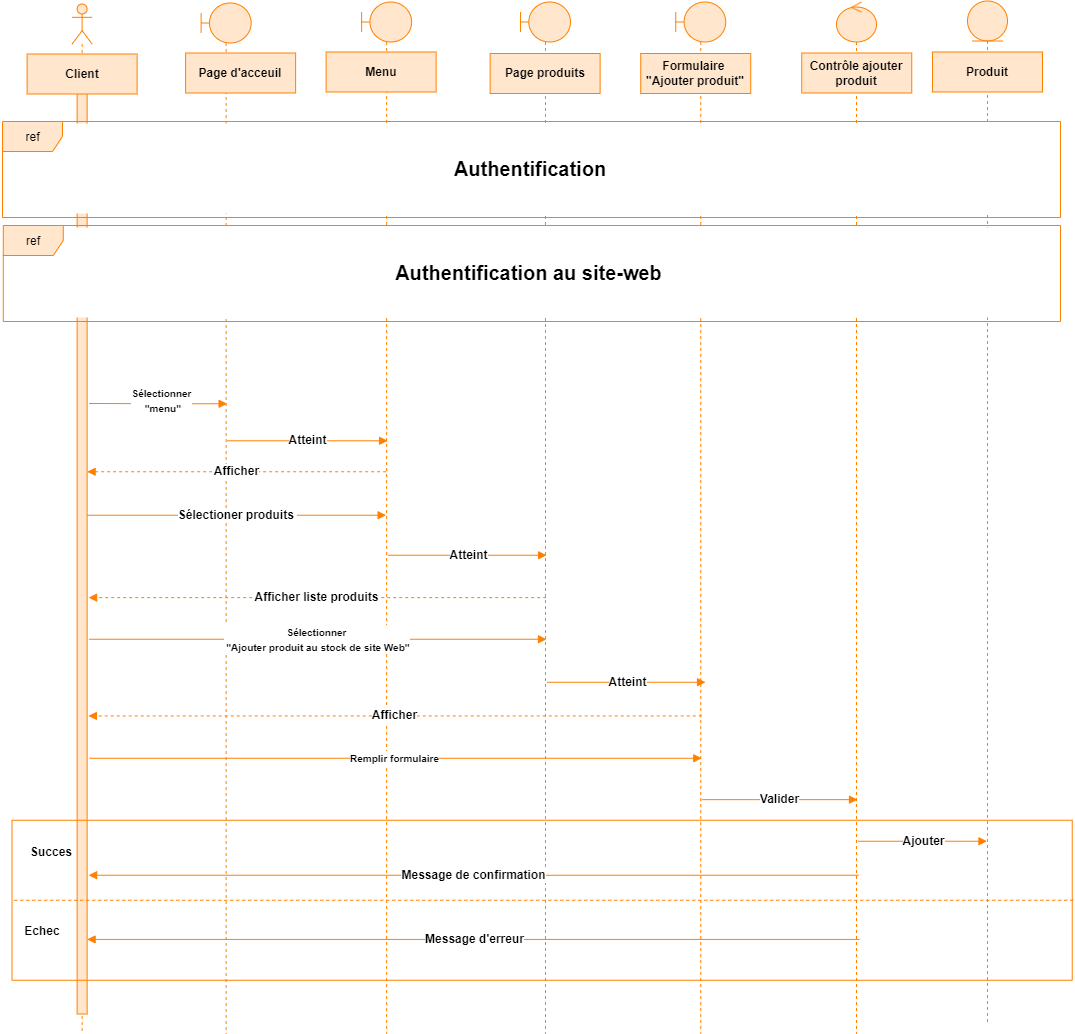
Earlier version of the draw.io export images/Cas_ Ajouter un produit au stock de site Web.png (alizhassane/pfe). Source tidied: cells renumbered, new cells last; positions are measured from the earlier drawing's top-left corner, leaving out a move shared by most shapes.
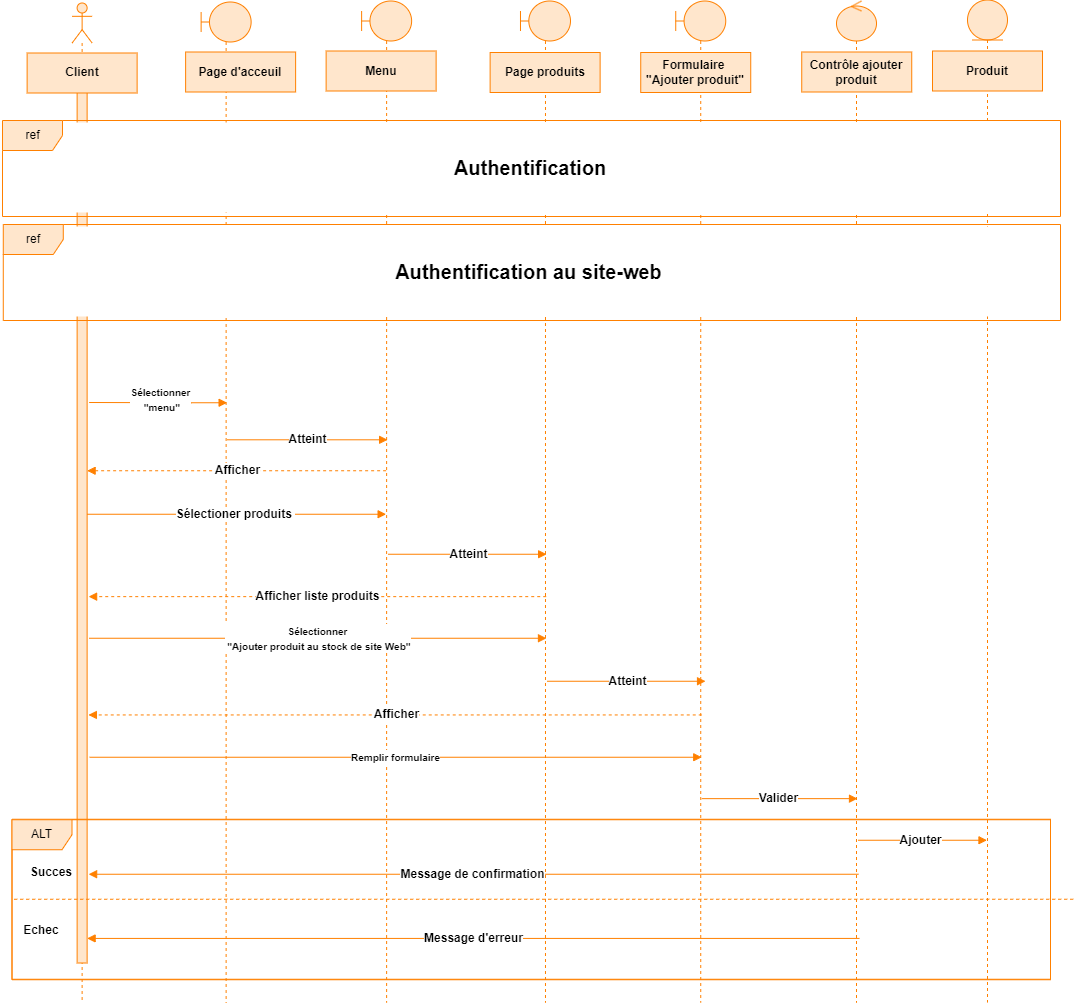
The same diagram one commit later.

What changed in the source:
```diff
@@ -3,31 +3,31 @@
     <mxCell id="0" />
     <mxCell id="1" parent="0" />
     <mxCell id="2" style="shape=umlLifeline;perimeter=lifelinePerimeter;whiteSpace=wrap;html=1;outlineConnect=0;portConstraint=eastwest;newEdgeStyle={&quot;curved&quot;:0,&quot;rounded&quot;:0};participant=umlEntity;strokeColor=#FF8000;align=center;verticalAlign=middle;fontFamily=Helvetica;fontSize=12;fontColor=default;fontStyle=1;fillColor=#FFE6CC;" parent="1" vertex="1">
-      <mxGeometry x="967" y="-0.5" width="40" height="1022.5" as="geometry" />
+      <mxGeometry x="967" y="-0.5" width="40" height="1002.5" as="geometry" />
     </mxCell>
     <mxCell id="3" style="shape=umlLifeline;perimeter=lifelinePerimeter;whiteSpace=wrap;html=1;newEdgeStyle={&quot;curved&quot;:0,&quot;rounded&quot;:0};participant=umlBoundary;strokeColor=#FF8000;align=center;verticalAlign=middle;fontFamily=Helvetica;fontSize=12;fontColor=default;fontStyle=1;fillColor=#FFE6CC;" parent="1" vertex="1">
-      <mxGeometry x="200.6" y="1.5" width="50" height="1030.5" as="geometry" />
+      <mxGeometry x="200.6" y="1.5" width="50" height="1000.5" as="geometry" />
     </mxCell>
     <mxCell id="4" style="shape=umlLifeline;perimeter=lifelinePerimeter;whiteSpace=wrap;html=1;newEdgeStyle={&quot;curved&quot;:0,&quot;rounded&quot;:0};participant=umlBoundary;strokeColor=#FF8000;align=center;verticalAlign=middle;fontFamily=Helvetica;fontSize=12;fontColor=default;fontStyle=1;fillColor=#FFE6CC;" parent="1" vertex="1">
-      <mxGeometry x="361.1" y="0.5" width="50" height="1031.5" as="geometry" />
+      <mxGeometry x="361.1" y="0.5" width="50" height="1001.5" as="geometry" />
     </mxCell>
     <mxCell id="5" style="shape=umlLifeline;perimeter=lifelinePerimeter;whiteSpace=wrap;html=1;newEdgeStyle={&quot;curved&quot;:0,&quot;rounded&quot;:0};participant=umlActor;strokeColor=#FF8000;align=center;verticalAlign=middle;fontFamily=Helvetica;fontSize=12;fontColor=default;fontStyle=1;fillColor=#FFE6CC;" parent="1" vertex="1">
-      <mxGeometry x="71.6" y="2.5" width="20" height="1029.5" as="geometry" />
+      <mxGeometry x="71.6" y="2.5" width="20" height="999.5" as="geometry" />
     </mxCell>
     <mxCell id="6" style="html=1;points=[[0,0,0,0,5],[0,1,0,0,-5],[1,0,0,0,5],[1,1,0,0,-5]];perimeter=orthogonalPerimeter;outlineConnect=0;targetShapes=umlLifeline;portConstraint=eastwest;newEdgeStyle={&quot;curved&quot;:0,&quot;rounded&quot;:0};fillColor=#FFE6CC;strokeColor=#FF8000;align=center;verticalAlign=middle;fontFamily=Helvetica;fontSize=12;fontColor=default;fontStyle=1;" parent="5" vertex="1">
-      <mxGeometry x="5" y="70" width="10" height="940" as="geometry" />
+      <mxGeometry x="5" y="70" width="10" height="890" as="geometry" />
     </mxCell>
     <mxCell id="7" value="Client" style="rounded=0;whiteSpace=wrap;html=1;fillColor=#FFE6CC;strokeColor=#FF8000;align=center;verticalAlign=middle;fontFamily=Helvetica;fontSize=12;fontColor=default;fontStyle=1;" parent="1" vertex="1">
       <mxGeometry x="26.6" y="52.5" width="110" height="40" as="geometry" />
     </mxCell>
     <mxCell id="8" style="shape=umlLifeline;perimeter=lifelinePerimeter;whiteSpace=wrap;html=1;newEdgeStyle={&quot;curved&quot;:0,&quot;rounded&quot;:0};participant=umlControl;strokeColor=#FF8000;align=center;verticalAlign=middle;fontFamily=Helvetica;fontSize=12;fontColor=default;fontStyle=1;fillColor=#FFE6CC;" parent="1" vertex="1">
-      <mxGeometry x="836" y="0.5" width="40" height="1031.5" as="geometry" />
+      <mxGeometry x="836" y="0.5" width="40" height="1001.5" as="geometry" />
     </mxCell>
     <mxCell id="9" style="shape=umlLifeline;perimeter=lifelinePerimeter;whiteSpace=wrap;html=1;newEdgeStyle={&quot;curved&quot;:0,&quot;rounded&quot;:0};participant=umlBoundary;strokeColor=#FF8000;align=center;verticalAlign=middle;fontFamily=Helvetica;fontSize=12;fontColor=default;fontStyle=1;fillColor=#FFE6CC;" parent="1" vertex="1">
-      <mxGeometry x="675.2" y="0.5" width="50" height="1031.5" as="geometry" />
+      <mxGeometry x="675.2" y="0.5" width="50" height="1001.5" as="geometry" />
     </mxCell>
     <mxCell id="10" style="shape=umlLifeline;perimeter=lifelinePerimeter;whiteSpace=wrap;html=1;newEdgeStyle={&quot;curved&quot;:0,&quot;rounded&quot;:0};participant=umlBoundary;strokeColor=#FF8000;align=center;verticalAlign=middle;fontFamily=Helvetica;fontSize=12;fontColor=default;fontStyle=1;fillColor=#FFE6CC;" parent="1" vertex="1">
-      <mxGeometry x="520" y="0.5" width="50" height="1031.5" as="geometry" />
+      <mxGeometry x="520" y="0.5" width="50" height="1001.5" as="geometry" />
     </mxCell>
     <mxCell id="11" style="group;" parent="1" vertex="1">
       <mxGeometry y="224" width="1060" height="96" as="geometry" />
@@ -84,10 +84,10 @@
       </mxGeometry>
     </mxCell>
     <mxCell id="23" style="swimlane;startSize=0;fillColor=#FFE6CC;strokeColor=#FF8000;align=center;verticalAlign=middle;fontFamily=Helvetica;fontSize=12;fontColor=default;fontStyle=1;" parent="1" vertex="1">
-      <mxGeometry x="11.5" y="818.8" width="1060.2" height="160" as="geometry" />
+      <mxGeometry x="11.5" y="818.8" width="1038.5" height="160" as="geometry" />
     </mxCell>
     <mxCell id="24" value="&lt;b&gt;Succes&lt;/b&gt;" style="text;html=1;align=center;verticalAlign=middle;whiteSpace=wrap;rounded=0;fontFamily=Helvetica;fontSize=12;fontColor=default;fontStyle=1;" parent="23" vertex="1">
-      <mxGeometry x="9.2" y="17.5" width="60" height="30" as="geometry" />
+      <mxGeometry x="9.2" y="38.5" width="60" height="30" as="geometry" />
     </mxCell>
     <mxCell id="25" value="&lt;b&gt;Echec&lt;/b&gt;" style="text;html=1;align=center;verticalAlign=middle;whiteSpace=wrap;rounded=0;fontFamily=Helvetica;fontSize=12;fontColor=default;fontStyle=1;" parent="23" vertex="1">
       <mxGeometry y="96" width="60" height="30" as="geometry" />
@@ -114,56 +114,59 @@
         <mxPoint x="846" y="21" as="sourcePoint" />
       </mxGeometry>
     </mxCell>
-    <mxCell id="30" value="Formulaire&amp;nbsp;&lt;div&gt;&lt;span style=&quot;background-color: initial;&quot;&gt;&quot;Ajouter produit&quot;&lt;/span&gt;&lt;/div&gt;" style="rounded=0;whiteSpace=wrap;html=1;fillColor=#FFE6CC;strokeColor=#FF8000;align=center;verticalAlign=middle;fontFamily=Helvetica;fontSize=12;fontColor=default;fontStyle=1;" parent="1" vertex="1">
-      <mxGeometry x="640.2" y="52" width="110" height="40" as="geometry" />
+    <mxCell id="30" value="ALT" style="shape=umlFrame;whiteSpace=wrap;html=1;fillColor=#FFE6CC;strokeColor=#FF8000;align=center;verticalAlign=middle;fontFamily=Helvetica;fontSize=12;fontColor=default;" parent="23" vertex="1">
+      <mxGeometry y="0.5" width="1038.5" height="160" as="geometry" />
     </mxCell>
-    <mxCell id="31" value="Afficher liste produits" style="html=1;verticalAlign=middle;endArrow=block;curved=0;rounded=0;dashed=1;strokeColor=#FF8000;align=center;fontFamily=Helvetica;fontSize=12;fontColor=default;fontStyle=1;fillColor=#FFE6CC;" parent="1" edge="1">
-      <mxGeometry relative="1" as="geometry">
-        <mxPoint x="545.7" y="596.1" as="sourcePoint" />
-        <mxPoint x="88.1" y="596.1" as="targetPoint" />
-      </mxGeometry>
+    <mxCell id="31" value="Formulaire&amp;nbsp;&lt;div&gt;&lt;span style=&quot;background-color: initial;&quot;&gt;&quot;Ajouter produit&quot;&lt;/span&gt;&lt;/div&gt;" style="rounded=0;whiteSpace=wrap;html=1;fillColor=#FFE6CC;strokeColor=#FF8000;align=center;verticalAlign=middle;fontFamily=Helvetica;fontSize=12;fontColor=default;fontStyle=1;" parent="1" vertex="1">
+      <mxGeometry x="640.2" y="52" width="110" height="40" as="geometry" />
     </mxCell>
-    <mxCell id="32" value="&lt;span style=&quot;font-size: 10px; background-color: rgb(255, 255, 255);&quot;&gt;Sélectionner&lt;/span&gt;&lt;div&gt;&lt;span style=&quot;font-size: 10px; background-color: rgb(255, 255, 255);&quot;&gt;&amp;nbsp;&quot;Ajouter produit au stock de site Web&quot;&lt;/span&gt;&lt;/div&gt;" style="html=1;verticalAlign=middle;endArrow=block;curved=0;rounded=0;strokeColor=#FF8000;align=center;fontFamily=Helvetica;fontSize=12;fontColor=default;fontStyle=1;fillColor=#FFE6CC;" parent="1" edge="1">
+    <mxCell id="32" value="Afficher liste produits" style="html=1;verticalAlign=middle;endArrow=block;curved=0;rounded=0;dashed=1;strokeColor=#FF8000;align=center;fontFamily=Helvetica;fontSize=12;fontColor=default;fontStyle=1;fillColor=#FFE6CC;" parent="1" edge="1">
       <mxGeometry relative="1" as="geometry">
-        <mxPoint x="88.7" y="637.8" as="sourcePoint" />
-        <mxPoint x="546" y="637.8" as="targetPoint" />
+        <mxPoint x="545.7" y="596.1" as="sourcePoint" />
+        <mxPoint x="88.1" y="596.1" as="targetPoint" />
       </mxGeometry>
     </mxCell>
-    <mxCell id="33" value="Atteint" style="html=1;verticalAlign=middle;endArrow=block;curved=0;rounded=0;strokeColor=#FF8000;align=center;fontFamily=Helvetica;fontSize=12;fontColor=default;fontStyle=1;fillColor=#FFE6CC;" parent="1" edge="1">
+    <mxCell id="33" value="&lt;span style=&quot;font-size: 10px; background-color: rgb(255, 255, 255);&quot;&gt;Sélectionner&lt;/span&gt;&lt;div&gt;&lt;span style=&quot;font-size: 10px; background-color: rgb(255, 255, 255);&quot;&gt;&amp;nbsp;&quot;Ajouter produit au stock de site Web&quot;&lt;/span&gt;&lt;/div&gt;" style="html=1;verticalAlign=middle;endArrow=block;curved=0;rounded=0;strokeColor=#FF8000;align=center;fontFamily=Helvetica;fontSize=12;fontColor=default;fontStyle=1;fillColor=#FFE6CC;" parent="1" edge="1">
       <mxGeometry relative="1" as="geometry">
-        <mxPoint x="546.5" y="680.8" as="sourcePoint" />
-        <mxPoint x="705" y="680.8" as="targetPoint" />
+        <mxPoint x="88.7" y="637.8" as="sourcePoint" />
+        <mxPoint x="546" y="637.8" as="targetPoint" />
       </mxGeometry>
     </mxCell>
-    <mxCell id="34" value="Afficher" style="html=1;verticalAlign=middle;endArrow=block;curved=0;rounded=0;dashed=1;strokeColor=#FF8000;align=center;fontFamily=Helvetica;fontSize=12;fontColor=default;fontStyle=1;fillColor=#FFE6CC;entryX=0.977;entryY=0.52;entryDx=0;entryDy=0;entryPerimeter=0;" parent="1" edge="1">
+    <mxCell id="34" value="Atteint" style="html=1;verticalAlign=middle;endArrow=block;curved=0;rounded=0;strokeColor=#FF8000;align=center;fontFamily=Helvetica;fontSize=12;fontColor=default;fontStyle=1;fillColor=#FFE6CC;" parent="1" edge="1">
       <mxGeometry relative="1" as="geometry">
-        <mxPoint x="701.2" y="714.4" as="sourcePoint" />
-        <mxPoint x="87.9" y="714.4" as="targetPoint" />
+        <mxPoint x="546.5" y="680.8" as="sourcePoint" />
+        <mxPoint x="705" y="680.8" as="targetPoint" />
       </mxGeometry>
     </mxCell>
-    <mxCell id="35" value="&lt;span style=&quot;font-size: 10px;&quot;&gt;Remplir formulaire&lt;/span&gt;" style="html=1;verticalAlign=middle;endArrow=block;curved=0;rounded=0;strokeColor=#FF8000;align=center;fontFamily=Helvetica;fontSize=12;fontColor=default;fontStyle=1;fillColor=#FFE6CC;" parent="1" edge="1">
+    <mxCell id="35" value="Afficher" style="html=1;verticalAlign=middle;endArrow=block;curved=0;rounded=0;dashed=1;strokeColor=#FF8000;align=center;fontFamily=Helvetica;fontSize=12;fontColor=default;fontStyle=1;fillColor=#FFE6CC;entryX=0.977;entryY=0.52;entryDx=0;entryDy=0;entryPerimeter=0;" parent="1" edge="1">
       <mxGeometry relative="1" as="geometry">
-        <mxPoint x="89.1" y="756.8" as="sourcePoint" />
-        <mxPoint x="701.2" y="756.8" as="targetPoint" />
+        <mxPoint x="701.2" y="714.4" as="sourcePoint" />
+        <mxPoint x="87.9" y="714.4" as="targetPoint" />
       </mxGeometry>
     </mxCell>
-    <mxCell id="36" value="Produit" style="rounded=0;whiteSpace=wrap;html=1;fillColor=#FFE6CC;strokeColor=#FF8000;align=center;verticalAlign=middle;fontFamily=Helvetica;fontSize=12;fontColor=default;fontStyle=1;" parent="1" vertex="1">
-      <mxGeometry x="932" y="50.5" width="110" height="40" as="geometry" />
+    <mxCell id="36" value="&lt;span style=&quot;font-size: 10px;&quot;&gt;Remplir formulaire&lt;/span&gt;" style="html=1;verticalAlign=middle;endArrow=block;curved=0;rounded=0;strokeColor=#FF8000;align=center;fontFamily=Helvetica;fontSize=12;fontColor=default;fontStyle=1;fillColor=#FFE6CC;" parent="1" edge="1">
+      <mxGeometry relative="1" as="geometry">
+        <mxPoint x="89.1" y="756.8" as="sourcePoint" />
+        <mxPoint x="701.2" y="756.8" as="targetPoint" />
+      </mxGeometry>
     </mxCell>
-    <mxCell id="37" value="Valider" style="html=1;verticalAlign=middle;endArrow=block;curved=0;rounded=0;strokeColor=#FF8000;align=center;fontFamily=Helvetica;fontSize=12;fontColor=default;fontStyle=1;fillColor=#FFE6CC;" parent="1" edge="1">
-      <mxGeometry relative="1" as="geometry">
-        <mxPoint x="701.2" y="798.1" as="sourcePoint" />
-        <mxPoint x="857" y="798.1" as="targetPoint" />
-      </mxGeometry>
+    <mxCell id="37" value="Produit" style="rounded=0;whiteSpace=wrap;html=1;fillColor=#FFE6CC;strokeColor=#FF8000;align=center;verticalAlign=middle;fontFamily=Helvetica;fontSize=12;fontColor=default;fontStyle=1;" parent="1" vertex="1">
+      <mxGeometry x="932" y="50.5" width="110" height="40" as="geometry" />
     </mxCell>
-    <mxCell id="38" style="group;" parent="1" vertex="1">
-      <mxGeometry y="120" width="1060" height="125" as="geometry" />
+    <mxCell id="38" value="Valider" style="html=1;verticalAlign=middle;endArrow=block;curved=0;rounded=0;strokeColor=#FF8000;align=center;fontFamily=Helvetica;fontSize=12;fontColor=default;fontStyle=1;fillColor=#FFE6CC;" parent="1" edge="1">
+      <mxGeometry relative="1" as="geometry">
+        <mxPoint x="701.2" y="798.1" as="sourcePoint" />
+        <mxPoint x="857" y="798.1" as="targetPoint" />
+      </mxGeometry>
     </mxCell>
-    <mxCell id="39" value="&lt;b&gt;&lt;font style=&quot;font-size: 20px;&quot;&gt;Authentification&lt;/font&gt;&lt;/b&gt;" style="rounded=0;whiteSpace=wrap;html=1;align=center;verticalAlign=middle;fontFamily=Helvetica;fontSize=12;strokeColor=none;fontColor=default;fillColor=#FFFFFF;" parent="38" vertex="1">
-      <mxGeometry y="2" width="1060" height="90" as="geometry" />
+    <mxCell id="39" style="group;" parent="1" vertex="1">
+      <mxGeometry y="120" width="1060" height="125" as="geometry" />
     </mxCell>
-    <mxCell id="40" value="ref" style="shape=umlFrame;whiteSpace=wrap;html=1;fillColor=#FFE6CC;strokeColor=#FF8000;" parent="38" vertex="1">
-      <mxGeometry x="2" width="1058" height="96" as="geometry" />
+    <mxCell id="40" value="&lt;b&gt;&lt;font style=&quot;font-size: 20px;&quot;&gt;Authentification&lt;/font&gt;&lt;/b&gt;" style="rounded=0;whiteSpace=wrap;html=1;align=center;verticalAlign=middle;fontFamily=Helvetica;fontSize=12;strokeColor=none;fontColor=default;fillColor=#FFFFFF;" parent="39" vertex="1">
+      <mxGeometry y="2" width="1060" height="90" as="geometry" />
     </mxCell>
+    <mxCell id="41" value="ref" style="shape=umlFrame;whiteSpace=wrap;html=1;fillColor=#FFE6CC;strokeColor=#FF8000;" parent="39" vertex="1">
+      <mxGeometry x="2" width="1058" height="96" as="geometry" />
+    </mxCell>
   </root>
 </mxGraphModel>
```
